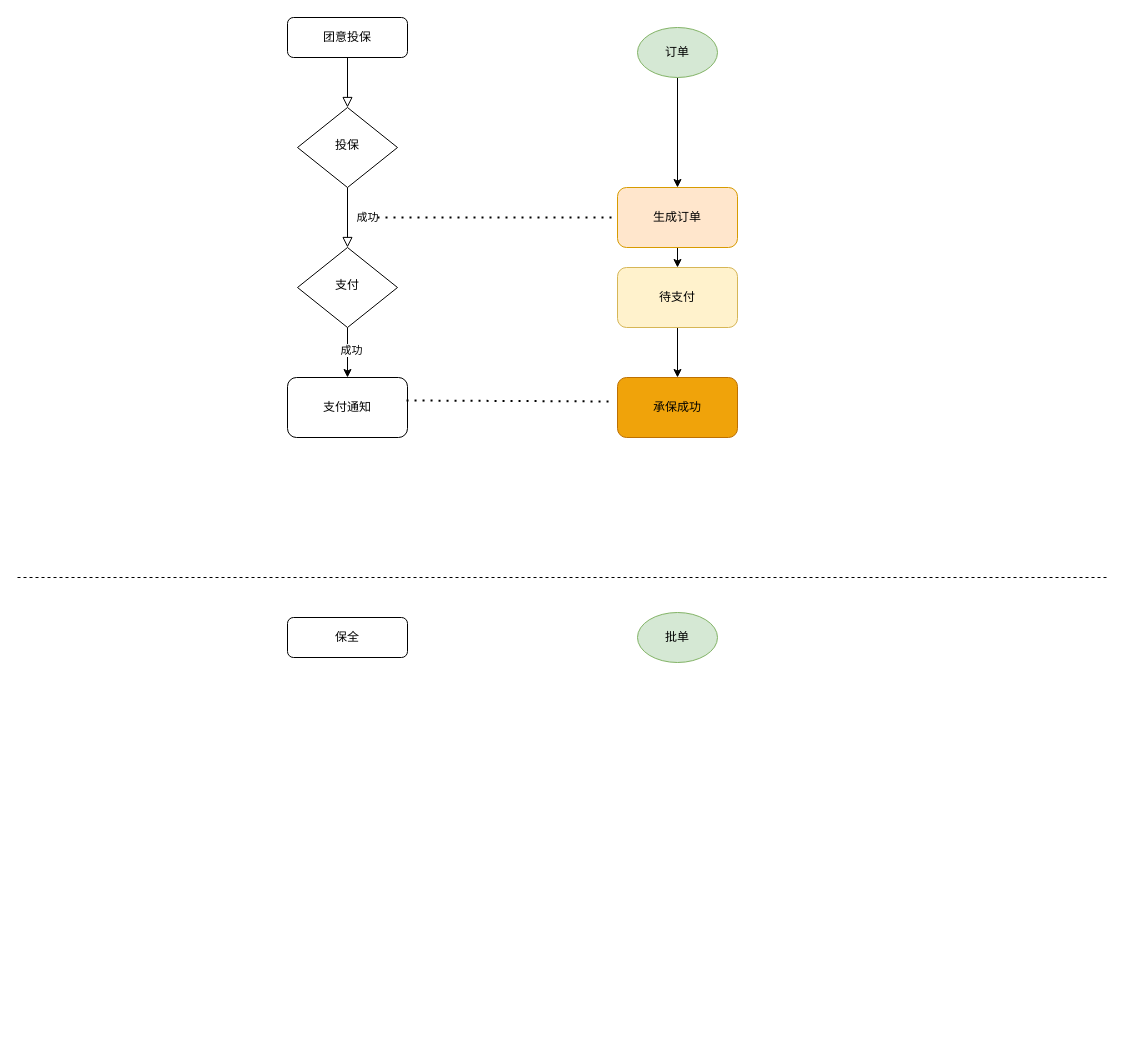
zhanghaiyang1/draw keeps this draw.io diagram as insur/pa-group.drawio. Above is the earlier version. Source tidied: cells renumbered, new cells numbered last; positions are measured from the earlier drawing's top-left corner, leaving out a move shared by most shapes. Both pictures are drawn from the tidied source at 100%, with x=0, y=0 at pixel (17, 17).
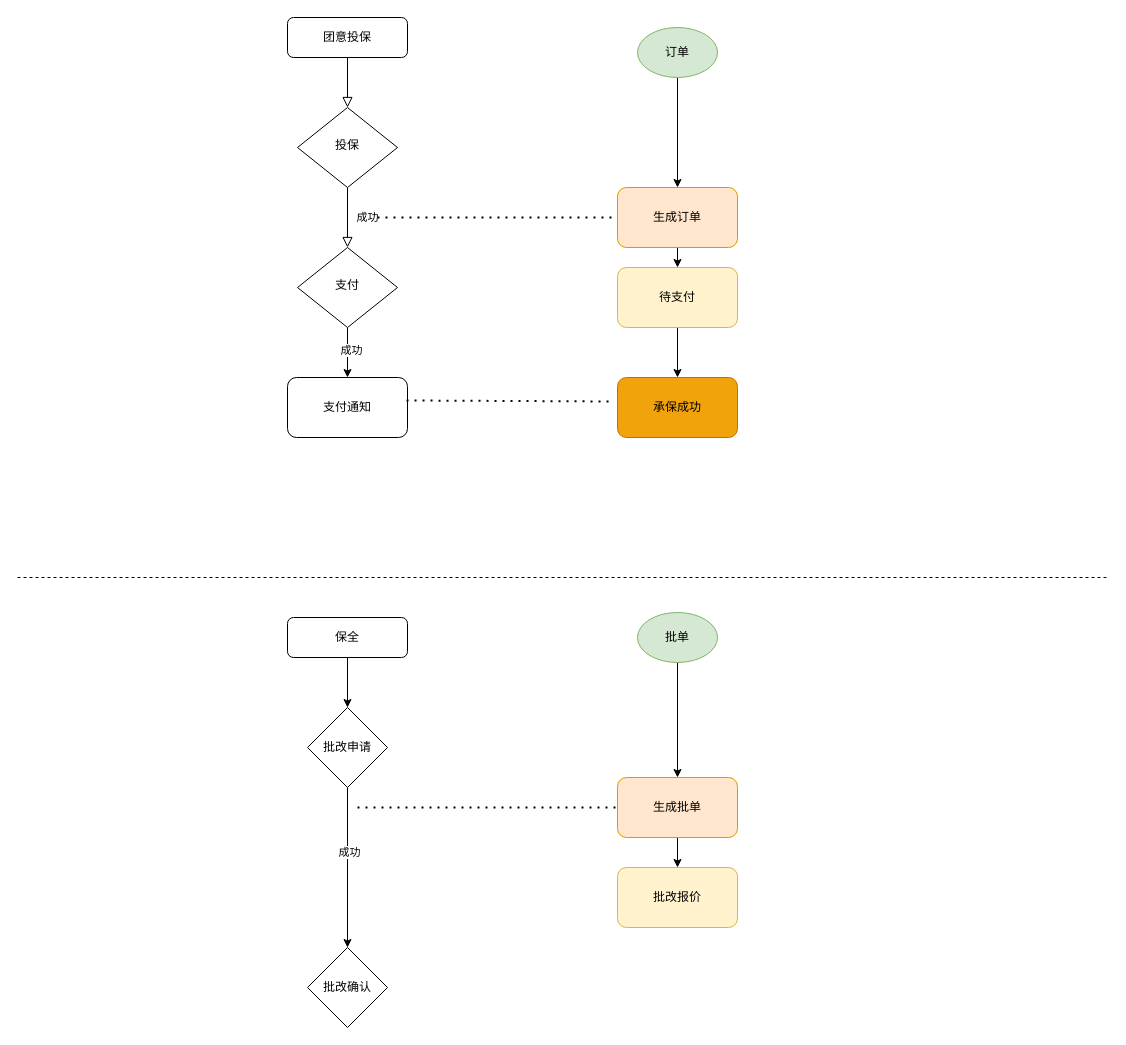
After the change.

Unchanged cells that the change refers to:
```xml
<mxCell id="9" value="保全" style="rounded=1;whiteSpace=wrap;html=1;fontSize=12;glass=0;strokeWidth=1;shadow=0;" parent="1" vertex="1">
  <mxGeometry x="270" y="600" width="120" height="40" as="geometry" />
</mxCell>
<mxCell id="21" value="批单" style="ellipse;whiteSpace=wrap;html=1;fillColor=#d5e8d4;strokeColor=#82b366;" parent="1" vertex="1">
  <mxGeometry x="620" y="595" width="80" height="50" as="geometry" />
</mxCell>
```

Diff of the diagram source:
```diff
@@
+    <mxCell id="22" style="edgeStyle=orthogonalEdgeStyle;rounded=0;jettySize=auto;html=1;exitX=0.5;exitY=1;exitDx=0;exitDy=0;entryX=0.5;entryY=0;entryDx=0;entryDy=0;" parent="1" edge="1" source="9" target="26">
+      <mxGeometry relative="1" as="geometry" />
+    </mxCell>
@@
+    <mxCell id="23" style="edgeStyle=orthogonalEdgeStyle;rounded=0;jettySize=auto;html=1;exitX=0.5;exitY=1;exitDx=0;exitDy=0;" parent="1" edge="1" source="21" target="29">
+      <mxGeometry relative="1" as="geometry" />
+    </mxCell>
@@
+    <mxCell id="24" style="edgeStyle=orthogonalEdgeStyle;rounded=0;jettySize=auto;html=1;exitX=0.5;exitY=1;exitDx=0;exitDy=0;entryX=0.5;entryY=0;entryDx=0;entryDy=0;" parent="1" edge="1" source="26" target="27">
+      <mxGeometry relative="1" as="geometry" />
+    </mxCell>
+    <mxCell id="25" value="成功" style="edgeLabel;html=1;align=center;verticalAlign=middle;" parent="24" vertex="1">
+      <mxGeometry x="-0.2" y="1" relative="1" as="geometry" />
+    </mxCell>
+    <mxCell id="26" value="批改申请" style="rhombus;whiteSpace=wrap;html=1;" parent="1" vertex="1">
+      <mxGeometry x="290" y="690" width="80" height="80" as="geometry" />
+    </mxCell>
+    <mxCell id="27" value="批改确认" style="rhombus;whiteSpace=wrap;html=1;" parent="1" vertex="1">
+      <mxGeometry x="290" y="930" width="80" height="80" as="geometry" />
+    </mxCell>
+    <mxCell id="28" style="edgeStyle=orthogonalEdgeStyle;rounded=0;jettySize=auto;html=1;exitX=0.5;exitY=1;exitDx=0;exitDy=0;entryX=0.5;entryY=0;entryDx=0;entryDy=0;" parent="1" edge="1" source="29" target="31">
+      <mxGeometry relative="1" as="geometry" />
+    </mxCell>
+    <mxCell id="29" value="生成批单" style="rounded=1;whiteSpace=wrap;html=1;fillColor=#ffe6cc;strokeColor=#d79b00;" parent="1" vertex="1">
+      <mxGeometry x="600" y="760" width="120" height="60" as="geometry" />
+    </mxCell>
+    <mxCell id="30" style="endArrow=none;dashed=1;html=1;dashPattern=1 3;strokeWidth=2;rounded=0;entryX=0;entryY=0.5;entryDx=0;entryDy=0;" parent="1" edge="1" target="29">
+      <mxGeometry relative="1" as="geometry">
+        <mxPoint x="340" y="790" as="sourcePoint" />
+      </mxGeometry>
+    </mxCell>
+    <mxCell id="31" value="批改报价" style="rounded=1;whiteSpace=wrap;html=1;fillColor=#fff2cc;strokeColor=#d6b656;" parent="1" vertex="1">
+      <mxGeometry x="600" y="850" width="120" height="60" as="geometry" />
+    </mxCell>
```
